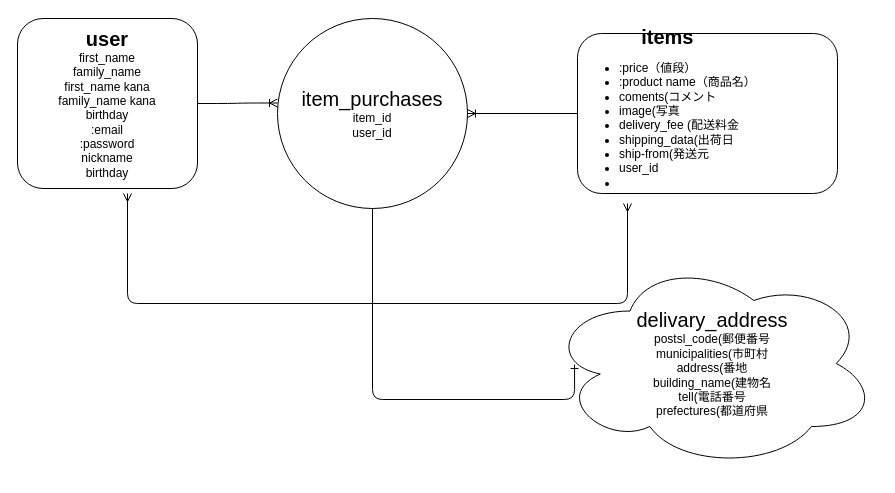
tosihisamitunaga/furima_28378 keeps this draw.io diagram as ER.drawio. Above is the earlier version. Source tidied: cells renumbered, new cells numbered last; positions are measured from the earlier drawing's top-left corner, leaving out a move shared by most shapes. Both pictures are drawn from the tidied source at 100%, with x=0, y=0 at pixel (17, 18).
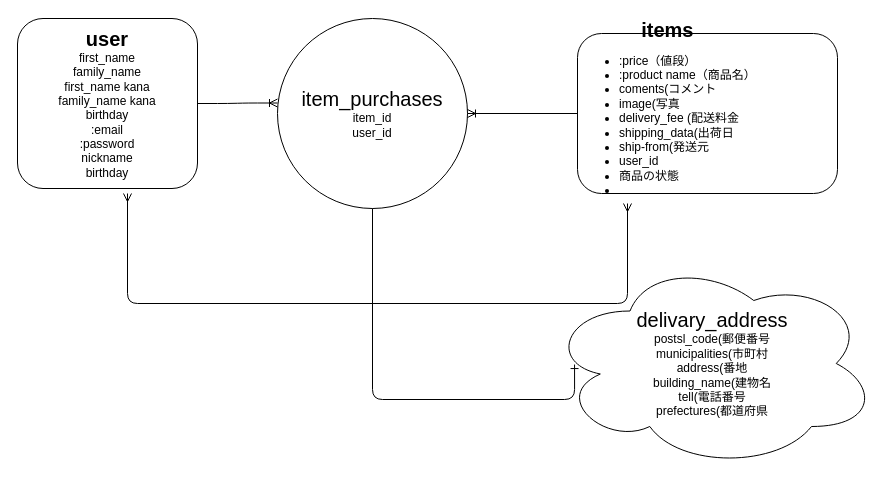
After the change.

The edit, as a diff of the source:
```diff
@@
 <mxGraphModel>
   <root>
     <mxCell id="0" />
     <mxCell id="1" parent="0" />
     <mxCell id="2" value="&lt;b style=&quot;font-size: 20px&quot;&gt;user&lt;br&gt;&lt;/b&gt;first_name&lt;br&gt;family_name&lt;br&gt;first_name kana&lt;br&gt;family_name kana&lt;br&gt;birthday&lt;br&gt;:email&lt;br&gt;:password&lt;br&gt;nickname&lt;br&gt;birthday" style="rounded=1;whiteSpace=wrap;html=1;" parent="1" vertex="1">
       <mxGeometry width="180" height="170" as="geometry" />
     </mxCell>
     <mxCell id="3" value="&lt;span&gt;&lt;br&gt;&lt;br&gt;&lt;br&gt;&lt;br&gt;&lt;font style=&quot;font-size: 20px&quot;&gt;delivary_address&lt;/font&gt;&lt;br&gt;postsl_code(郵便番号&lt;br&gt;municipalities(市町村&lt;br&gt;address(番地&lt;br&gt;building_name(建物名&lt;br&gt;tell(電話番号&lt;br&gt;prefectures(都道府県&lt;br&gt;&lt;br&gt;&lt;br&gt;&lt;br&gt;&lt;br&gt;&lt;/span&gt;" style="ellipse;shape=cloud;whiteSpace=wrap;html=1;" parent="1" vertex="1">
       <mxGeometry x="530" y="240" width="330" height="210" as="geometry" />
     </mxCell>
-    <mxCell id="4" value="&lt;div style=&quot;text-align: center&quot;&gt;&lt;b&gt;&lt;font style=&quot;font-size: 20px&quot;&gt;items&lt;/font&gt;&lt;/b&gt;&lt;/div&gt;&lt;ul&gt;&lt;li&gt;:price（値段）&lt;/li&gt;&lt;li&gt;:product name（商品名）&lt;/li&gt;&lt;li&gt;coments(コメント&lt;/li&gt;&lt;li&gt;image(写真&lt;/li&gt;&lt;li&gt;delivery_fee (配送料金&lt;/li&gt;&lt;li&gt;shipping_data(出荷日&lt;/li&gt;&lt;li&gt;ship-from(発送元&lt;/li&gt;&lt;li&gt;user_id&lt;/li&gt;&lt;li&gt;&lt;br&gt;&lt;/li&gt;&lt;/ul&gt;" style="rounded=1;whiteSpace=wrap;html=1;align=left;" parent="1" vertex="1">
+    <mxCell id="4" value="&lt;div style=&quot;text-align: center&quot;&gt;&lt;b&gt;&lt;font style=&quot;font-size: 20px&quot;&gt;items&lt;/font&gt;&lt;/b&gt;&lt;/div&gt;&lt;ul&gt;&lt;li&gt;:price（値段）&lt;/li&gt;&lt;li&gt;:product name（商品名）&lt;/li&gt;&lt;li&gt;coments(コメント&lt;/li&gt;&lt;li&gt;image(写真&lt;/li&gt;&lt;li&gt;delivery_fee (配送料金&lt;/li&gt;&lt;li&gt;shipping_data(出荷日&lt;/li&gt;&lt;li&gt;ship-from(発送元&lt;/li&gt;&lt;li&gt;user_id&lt;/li&gt;&lt;li&gt;商品の状態&lt;/li&gt;&lt;li&gt;&lt;br&gt;&lt;/li&gt;&lt;/ul&gt;" style="rounded=1;whiteSpace=wrap;html=1;align=left;" parent="1" vertex="1">
       <mxGeometry x="560" y="15" width="260" height="160" as="geometry" />
     </mxCell>
     <mxCell id="5" value="&lt;font style=&quot;font-size: 20px&quot;&gt;item_purchases&lt;/font&gt;&lt;br&gt;item_id&lt;br&gt;user_id" style="ellipse;whiteSpace=wrap;html=1;align=center;" parent="1" vertex="1">
       <mxGeometry x="260" width="190" height="190" as="geometry" />
     </mxCell>
     <mxCell id="6" style="fontSize=12;html=1;endArrow=ERoneToMany;" parent="1" edge="1" source="4">
       <mxGeometry relative="1" as="geometry">
         <mxPoint x="450" y="95" as="targetPoint" />
       </mxGeometry>
     </mxCell>
     <mxCell id="7" style="edgeStyle=entityRelationEdgeStyle;fontSize=12;html=1;endArrow=ERoneToMany;" parent="1" edge="1">
       <mxGeometry relative="1" as="geometry">
         <mxPoint x="180" y="85" as="sourcePoint" />
         <mxPoint x="260" y="84.5" as="targetPoint" />
       </mxGeometry>
     </mxCell>
     <mxCell id="8" style="edgeStyle=orthogonalEdgeStyle;fontSize=12;html=1;endArrow=ERmany;startArrow=ERmany;" parent="1" edge="1">
       <mxGeometry relative="1" as="geometry">
         <mxPoint x="110" y="175" as="sourcePoint" />
         <mxPoint x="610" y="185" as="targetPoint" />
         <Array as="points">
           <mxPoint x="110" y="285" />
           <mxPoint x="610" y="285" />
         </Array>
       </mxGeometry>
     </mxCell>
     <mxCell id="9" style="edgeStyle=orthogonalEdgeStyle;fontSize=12;html=1;endArrow=ERone;endFill=1;exitX=0.5;exitY=1;exitDx=0;exitDy=0;entryX=0.082;entryY=0.505;entryDx=0;entryDy=0;entryPerimeter=0;" parent="1" edge="1" source="5" target="3">
       <mxGeometry relative="1" as="geometry">
         <Array as="points">
           <mxPoint x="355" y="381" />
         </Array>
       </mxGeometry>
     </mxCell>
   </root>
 </mxGraphModel>
```
